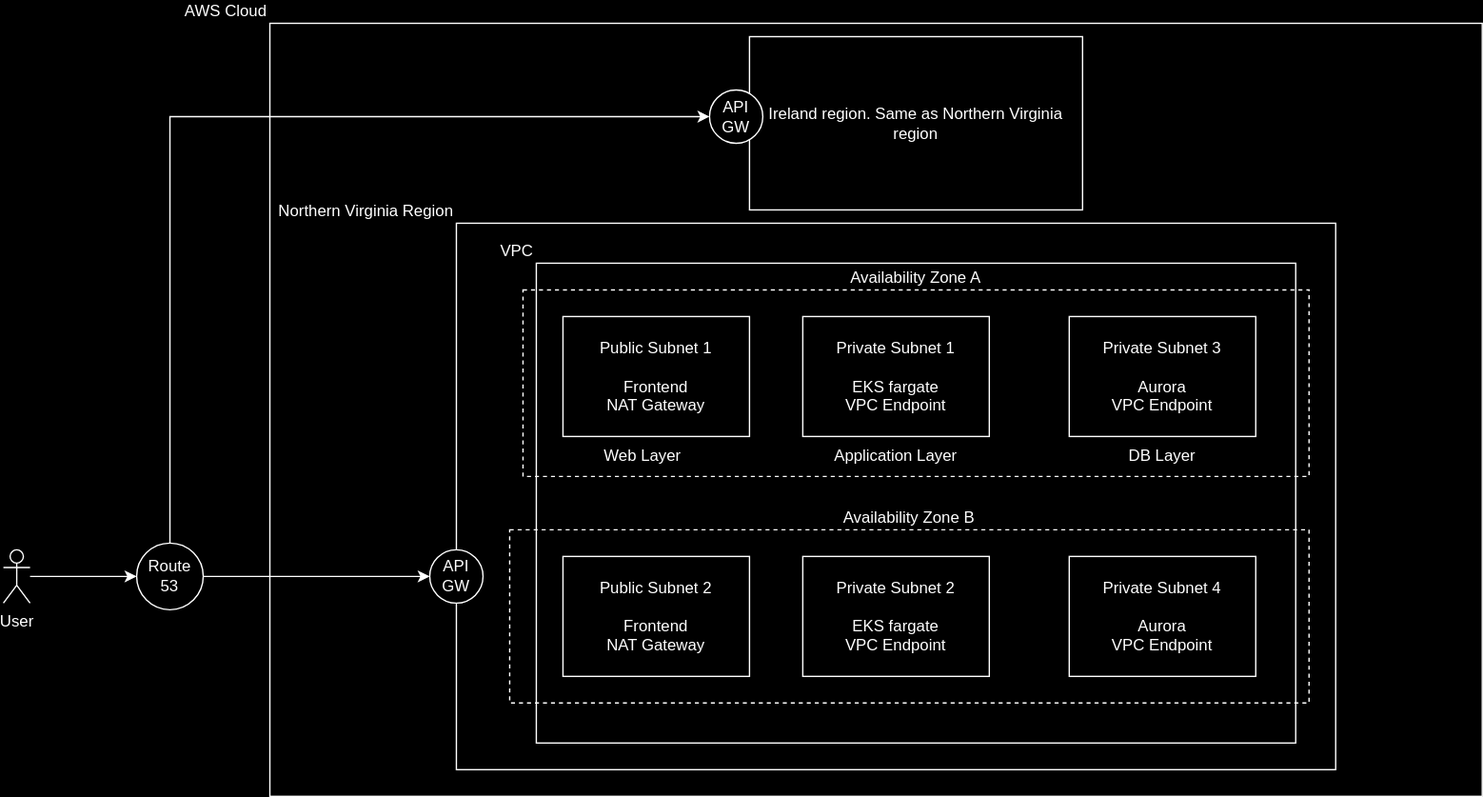
saayam-for-all/devsecops keeps this draw.io diagram as Docs/Saayam_AWS.svg. Above is the earlier version. Source tidied: cells renumbered, new cells last; positions are measured from the earlier drawing's top-left corner, leaving out a move shared by most shapes. Its diagram source:
```xml
<mxGraphModel>
  <root>
    <mxCell id="0" />
    <mxCell id="1" parent="0" />
    <mxCell id="2" value="AWS Cloud" style="rounded=0;whiteSpace=wrap;html=1;labelPosition=left;verticalLabelPosition=top;align=right;verticalAlign=bottom;" parent="1" vertex="1">
      <mxGeometry x="200" width="910" height="580" as="geometry" />
    </mxCell>
    <mxCell id="3" style="edgeStyle=orthogonalEdgeStyle;rounded=0;jettySize=auto;html=1;" parent="1" edge="1" source="4" target="7">
      <mxGeometry relative="1" as="geometry" />
    </mxCell>
    <mxCell id="4" value="User" style="shape=umlActor;verticalLabelPosition=bottom;verticalAlign=top;html=1;outlineConnect=0;" parent="1" vertex="1">
      <mxGeometry y="395" width="20" height="40" as="geometry" />
    </mxCell>
    <mxCell id="5" style="edgeStyle=orthogonalEdgeStyle;rounded=0;jettySize=auto;html=1;exitX=0.5;exitY=0;exitDx=0;exitDy=0;" parent="1" edge="1" source="7" target="11">
      <mxGeometry relative="1" as="geometry">
        <Array as="points">
          <mxPoint x="125" y="70" />
        </Array>
      </mxGeometry>
    </mxCell>
    <mxCell id="6" style="edgeStyle=orthogonalEdgeStyle;rounded=0;jettySize=auto;html=1;exitX=1;exitY=0.5;exitDx=0;exitDy=0;" parent="1" edge="1" source="7" target="10">
      <mxGeometry relative="1" as="geometry" />
    </mxCell>
    <mxCell id="7" value="Route 53" style="ellipse;whiteSpace=wrap;html=1;" parent="1" vertex="1">
      <mxGeometry x="100" y="390" width="50" height="50" as="geometry" />
    </mxCell>
    <mxCell id="8" value="Ireland region. Same as Northern Virginia region" style="rounded=0;whiteSpace=wrap;html=1;labelPosition=center;verticalLabelPosition=middle;align=center;verticalAlign=middle;" parent="1" vertex="1">
      <mxGeometry x="560" y="10" width="250" height="130" as="geometry" />
    </mxCell>
    <mxCell id="9" value="Northern Virginia Region" style="rounded=0;whiteSpace=wrap;html=1;labelPosition=left;verticalLabelPosition=top;align=right;verticalAlign=bottom;" parent="1" vertex="1">
      <mxGeometry x="340" y="150" width="660" height="410" as="geometry" />
    </mxCell>
    <mxCell id="10" value="API GW" style="ellipse;whiteSpace=wrap;html=1;" parent="1" vertex="1">
      <mxGeometry x="320" y="395" width="40" height="40" as="geometry" />
    </mxCell>
    <mxCell id="11" value="API GW" style="ellipse;whiteSpace=wrap;html=1;" parent="1" vertex="1">
      <mxGeometry x="530" y="50" width="40" height="40" as="geometry" />
    </mxCell>
    <mxCell id="12" value="VPC" style="rounded=0;whiteSpace=wrap;html=1;labelPosition=left;verticalLabelPosition=top;align=right;verticalAlign=bottom;" parent="1" vertex="1">
      <mxGeometry x="400" y="180" width="570" height="360" as="geometry" />
    </mxCell>
    <mxCell id="13" value="Availability&amp;nbsp;&lt;span style=&quot;background-color: initial;&quot;&gt;Zone A&lt;/span&gt;" style="rounded=0;whiteSpace=wrap;html=1;dashed=1;fillColor=none;labelPosition=center;verticalLabelPosition=top;align=center;verticalAlign=bottom;" parent="1" vertex="1">
      <mxGeometry x="390" y="200" width="590" height="140" as="geometry" />
    </mxCell>
    <mxCell id="14" value="Availability Zone B" style="rounded=0;whiteSpace=wrap;html=1;dashed=1;fillColor=none;labelPosition=center;verticalLabelPosition=top;align=center;verticalAlign=bottom;" parent="1" vertex="1">
      <mxGeometry x="380" y="380" width="600" height="130" as="geometry" />
    </mxCell>
    <mxCell id="15" value="Public Subnet 1&lt;div&gt;&lt;br&gt;&lt;/div&gt;&lt;div&gt;Frontend&lt;/div&gt;&lt;div&gt;NAT Gateway&lt;/div&gt;" style="rounded=0;whiteSpace=wrap;html=1;" parent="1" vertex="1">
      <mxGeometry x="420" y="220" width="140" height="90" as="geometry" />
    </mxCell>
    <mxCell id="16" value="Private Subnet 1&lt;div&gt;&lt;br&gt;&lt;/div&gt;&lt;div&gt;EKS fargate&lt;/div&gt;&lt;div&gt;VPC Endpoint&lt;/div&gt;" style="rounded=0;whiteSpace=wrap;html=1;" parent="1" vertex="1">
      <mxGeometry x="600" y="220" width="140" height="90" as="geometry" />
    </mxCell>
    <mxCell id="17" value="Private Subnet 3&lt;div&gt;&lt;br&gt;&lt;/div&gt;&lt;div&gt;Aurora&lt;/div&gt;&lt;div&gt;VPC Endpoint&lt;br&gt;&lt;/div&gt;" style="rounded=0;whiteSpace=wrap;html=1;" parent="1" vertex="1">
      <mxGeometry x="800" y="220" width="140" height="90" as="geometry" />
    </mxCell>
    <mxCell id="18" value="Public Subnet 2&lt;div&gt;&lt;br&gt;&lt;/div&gt;&lt;div&gt;Frontend&lt;br&gt;&lt;/div&gt;&lt;div&gt;NAT Gateway&lt;br&gt;&lt;/div&gt;" style="rounded=0;whiteSpace=wrap;html=1;" parent="1" vertex="1">
      <mxGeometry x="420" y="400" width="140" height="90" as="geometry" />
    </mxCell>
    <mxCell id="19" value="Private Subnet 2&lt;div&gt;&lt;br&gt;&lt;/div&gt;&lt;div&gt;EKS fargate&lt;br&gt;&lt;/div&gt;&lt;div&gt;VPC Endpoint&lt;br&gt;&lt;/div&gt;" style="rounded=0;whiteSpace=wrap;html=1;" parent="1" vertex="1">
      <mxGeometry x="600" y="400" width="140" height="90" as="geometry" />
    </mxCell>
    <mxCell id="20" value="Private Subnet 4&lt;div&gt;&lt;br&gt;&lt;/div&gt;&lt;div&gt;Aurora&lt;/div&gt;&lt;div&gt;VPC Endpoint&lt;br&gt;&lt;/div&gt;" style="rounded=0;whiteSpace=wrap;html=1;" parent="1" vertex="1">
      <mxGeometry x="800" y="400" width="140" height="90" as="geometry" />
    </mxCell>
    <mxCell id="21" value="Web Layer" style="text;html=1;align=center;verticalAlign=middle;whiteSpace=wrap;rounded=0;" parent="1" vertex="1">
      <mxGeometry x="450" y="310" width="60" height="30" as="geometry" />
    </mxCell>
    <mxCell id="22" value="Application Layer" style="text;html=1;align=center;verticalAlign=middle;whiteSpace=wrap;rounded=0;" parent="1" vertex="1">
      <mxGeometry x="600" y="310" width="140" height="30" as="geometry" />
    </mxCell>
    <mxCell id="23" value="DB Layer" style="text;html=1;align=center;verticalAlign=middle;whiteSpace=wrap;rounded=0;" parent="1" vertex="1">
      <mxGeometry x="840" y="310" width="60" height="30" as="geometry" />
    </mxCell>
  </root>
</mxGraphModel>
```
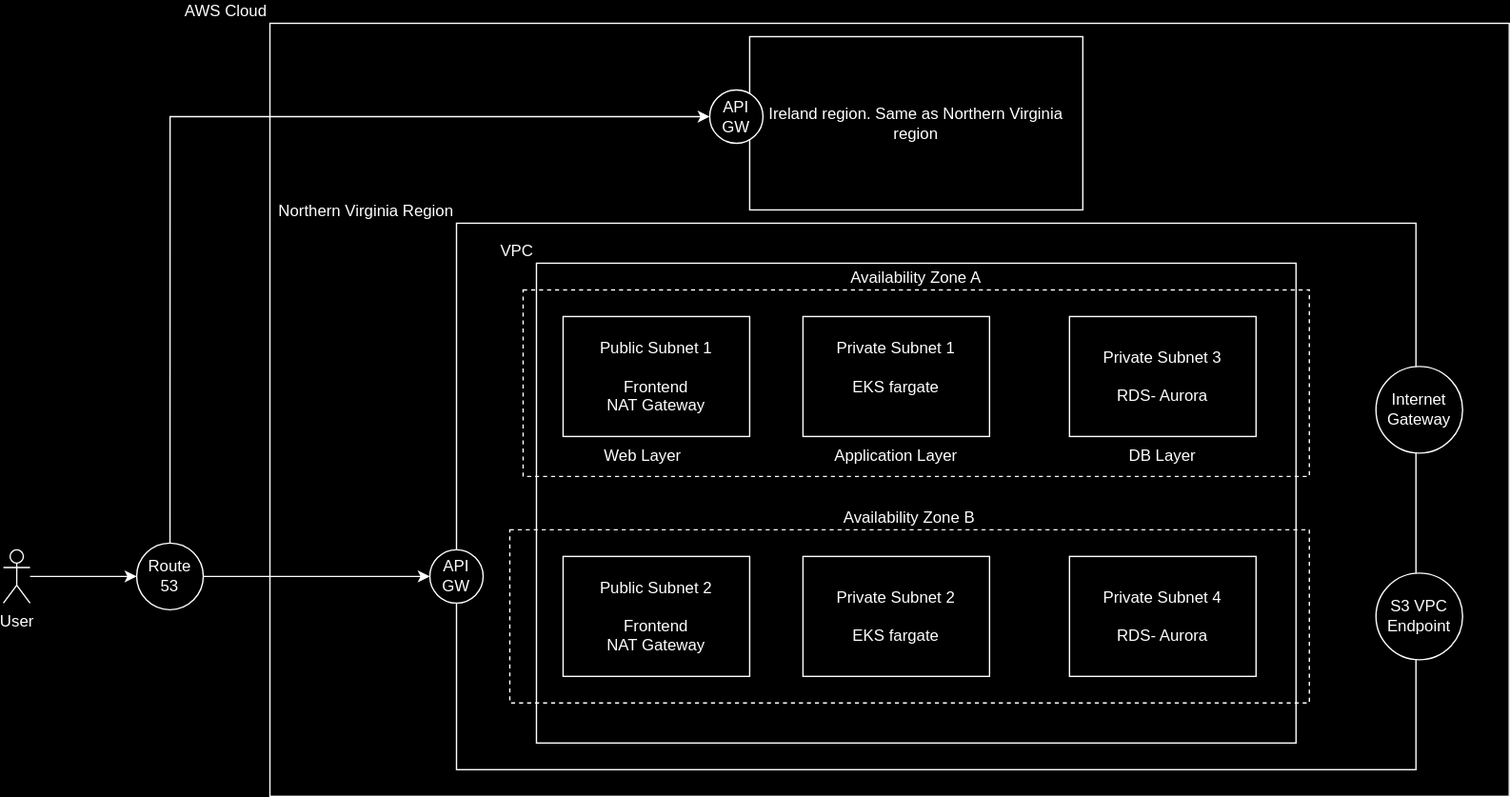
After the commit.

Commit message:
Corrected Internet gatweway and VPC endpoint details

The edit, as a diff of the source:
```diff
@@ -3,7 +3,7 @@
     <mxCell id="0" />
     <mxCell id="1" parent="0" />
     <mxCell id="2" value="AWS Cloud" style="rounded=0;whiteSpace=wrap;html=1;labelPosition=left;verticalLabelPosition=top;align=right;verticalAlign=bottom;" parent="1" vertex="1">
-      <mxGeometry x="200" width="910" height="580" as="geometry" />
+      <mxGeometry x="200" width="930" height="580" as="geometry" />
     </mxCell>
     <mxCell id="3" style="edgeStyle=orthogonalEdgeStyle;rounded=0;jettySize=auto;html=1;" parent="1" edge="1" source="4" target="7">
       <mxGeometry relative="1" as="geometry" />
@@ -28,7 +28,7 @@
       <mxGeometry x="560" y="10" width="250" height="130" as="geometry" />
     </mxCell>
     <mxCell id="9" value="Northern Virginia Region" style="rounded=0;whiteSpace=wrap;html=1;labelPosition=left;verticalLabelPosition=top;align=right;verticalAlign=bottom;" parent="1" vertex="1">
-      <mxGeometry x="340" y="150" width="660" height="410" as="geometry" />
+      <mxGeometry x="340" y="150" width="720" height="410" as="geometry" />
     </mxCell>
     <mxCell id="10" value="API GW" style="ellipse;whiteSpace=wrap;html=1;" parent="1" vertex="1">
       <mxGeometry x="320" y="395" width="40" height="40" as="geometry" />
@@ -48,19 +48,19 @@
     <mxCell id="15" value="Public Subnet 1&lt;div&gt;&lt;br&gt;&lt;/div&gt;&lt;div&gt;Frontend&lt;/div&gt;&lt;div&gt;NAT Gateway&lt;/div&gt;" style="rounded=0;whiteSpace=wrap;html=1;" parent="1" vertex="1">
       <mxGeometry x="420" y="220" width="140" height="90" as="geometry" />
     </mxCell>
-    <mxCell id="16" value="Private Subnet 1&lt;div&gt;&lt;br&gt;&lt;/div&gt;&lt;div&gt;EKS fargate&lt;/div&gt;&lt;div&gt;VPC Endpoint&lt;/div&gt;" style="rounded=0;whiteSpace=wrap;html=1;" parent="1" vertex="1">
+    <mxCell id="16" value="Private Subnet 1&lt;div&gt;&lt;br&gt;&lt;/div&gt;&lt;div&gt;EKS fargate&lt;/div&gt;&lt;div&gt;&lt;br&gt;&lt;/div&gt;" style="rounded=0;whiteSpace=wrap;html=1;" parent="1" vertex="1">
       <mxGeometry x="600" y="220" width="140" height="90" as="geometry" />
     </mxCell>
-    <mxCell id="17" value="Private Subnet 3&lt;div&gt;&lt;br&gt;&lt;/div&gt;&lt;div&gt;Aurora&lt;/div&gt;&lt;div&gt;VPC Endpoint&lt;br&gt;&lt;/div&gt;" style="rounded=0;whiteSpace=wrap;html=1;" parent="1" vertex="1">
+    <mxCell id="17" value="Private Subnet 3&lt;div&gt;&lt;br&gt;&lt;/div&gt;&lt;div&gt;RDS- Aurora&lt;/div&gt;" style="rounded=0;whiteSpace=wrap;html=1;" parent="1" vertex="1">
       <mxGeometry x="800" y="220" width="140" height="90" as="geometry" />
     </mxCell>
     <mxCell id="18" value="Public Subnet 2&lt;div&gt;&lt;br&gt;&lt;/div&gt;&lt;div&gt;Frontend&lt;br&gt;&lt;/div&gt;&lt;div&gt;NAT Gateway&lt;br&gt;&lt;/div&gt;" style="rounded=0;whiteSpace=wrap;html=1;" parent="1" vertex="1">
       <mxGeometry x="420" y="400" width="140" height="90" as="geometry" />
     </mxCell>
-    <mxCell id="19" value="Private Subnet 2&lt;div&gt;&lt;br&gt;&lt;/div&gt;&lt;div&gt;EKS fargate&lt;br&gt;&lt;/div&gt;&lt;div&gt;VPC Endpoint&lt;br&gt;&lt;/div&gt;" style="rounded=0;whiteSpace=wrap;html=1;" parent="1" vertex="1">
+    <mxCell id="19" value="Private Subnet 2&lt;div&gt;&lt;br&gt;&lt;/div&gt;&lt;div&gt;EKS fargate&lt;/div&gt;" style="rounded=0;whiteSpace=wrap;html=1;" parent="1" vertex="1">
       <mxGeometry x="600" y="400" width="140" height="90" as="geometry" />
     </mxCell>
-    <mxCell id="20" value="Private Subnet 4&lt;div&gt;&lt;br&gt;&lt;/div&gt;&lt;div&gt;Aurora&lt;/div&gt;&lt;div&gt;VPC Endpoint&lt;br&gt;&lt;/div&gt;" style="rounded=0;whiteSpace=wrap;html=1;" parent="1" vertex="1">
+    <mxCell id="20" value="Private Subnet 4&lt;div&gt;&lt;br&gt;&lt;/div&gt;&lt;div&gt;RDS- Aurora&lt;/div&gt;" style="rounded=0;whiteSpace=wrap;html=1;" parent="1" vertex="1">
       <mxGeometry x="800" y="400" width="140" height="90" as="geometry" />
     </mxCell>
     <mxCell id="21" value="Web Layer" style="text;html=1;align=center;verticalAlign=middle;whiteSpace=wrap;rounded=0;" parent="1" vertex="1">
@@ -72,5 +72,11 @@
     <mxCell id="23" value="DB Layer" style="text;html=1;align=center;verticalAlign=middle;whiteSpace=wrap;rounded=0;" parent="1" vertex="1">
       <mxGeometry x="840" y="310" width="60" height="30" as="geometry" />
     </mxCell>
+    <mxCell id="24" value="Internet&lt;div&gt;Gateway&lt;/div&gt;" style="ellipse;whiteSpace=wrap;html=1;" parent="1" vertex="1">
+      <mxGeometry x="1030" y="257.5" width="65" height="65" as="geometry" />
+    </mxCell>
+    <mxCell id="25" value="S3 VPC Endpoint" style="ellipse;whiteSpace=wrap;html=1;" parent="1" vertex="1">
+      <mxGeometry x="1030" y="412.5" width="65" height="65" as="geometry" />
+    </mxCell>
   </root>
 </mxGraphModel>
```
